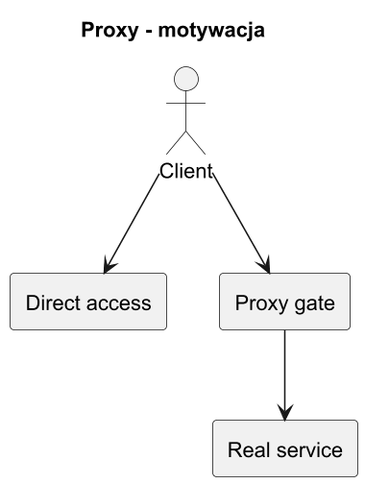
Before: src/10-proxy/01-idea-i-kontekst/diagrams/proxy_motivation.png, a diagram exported from PlantUML (tborzyszkowski/DesignPatterns).
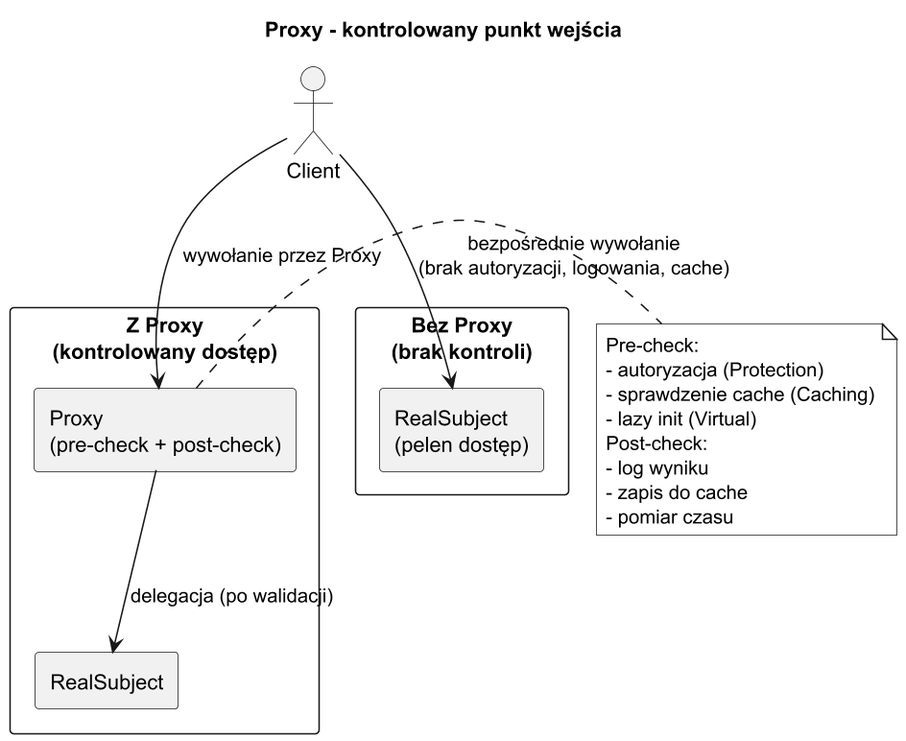
Above is the later version.

What changed in the source:
```diff
@@ -1,16 +1,33 @@
 @startuml proxy_motivation
-title Proxy - motywacja
+title Proxy - kontrolowany punkt wejścia
 
 skinparam monochrome true
 skinparam dpi 150
 
 actor Client
-rectangle "Direct access" as Direct
-rectangle "Proxy gate" as Gate
-rectangle "Real service" as Real
 
-Client --> Direct
-Client --> Gate
-Gate --> Real
+rectangle "Bez Proxy\n(brak kontroli)" as NP {
+    rectangle "RealSubject\n(pelen dostęp)" as RS1
+}
+
+rectangle "Z Proxy\n(kontrolowany dostęp)" as WP {
+    rectangle "Proxy\n(pre-check + post-check)" as P
+    rectangle "RealSubject" as RS2
+}
+
+Client --> RS1 : bezpośrednie wywołanie\n(brak autoryzacji, logowania, cache)
+Client --> P   : wywołanie przez Proxy
+P --> RS2      : delegacja (po walidacji)
+
+note right of P
+  Pre-check:
+  - autoryzacja (Protection)
+  - sprawdzenie cache (Caching)
+  - lazy init (Virtual)
+  Post-check:
+  - log wyniku
+  - zapis do cache
+  - pomiar czasu
+end note
 
 @enduml
```
